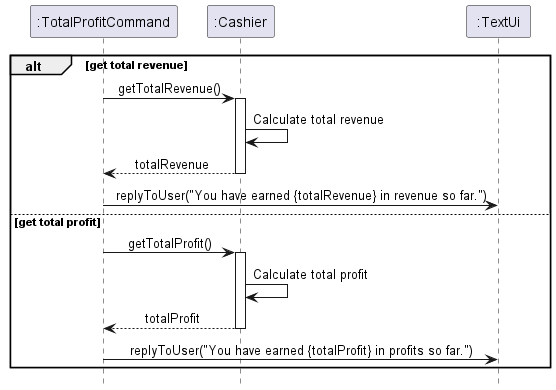
This is docs/Diagrams/Images/Cashier/TotalProfitCommand_SequenceDiagram.png from LowTL/tp, a PlantUML export, as it was before one commit.
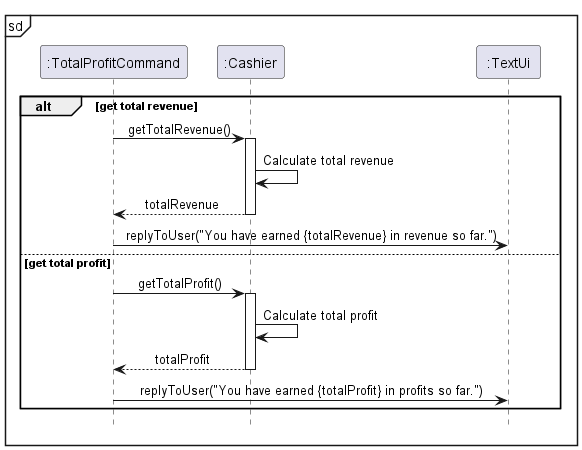
Above is the later version.

What changed in the source:
```diff
@@ -5,6 +5,8 @@
 participant ":Cashier" as Cashier
 participant ":TextUi" as TextUi
 
+
+mainframe sd
 alt get total revenue
     TotalProfitCommand -> Cashier: getTotalRevenue()
     activate Cashier
@@ -21,5 +23,4 @@
     TotalProfitCommand -> TextUi: replyToUser("You have earned {totalProfit} in profits so far.")
 end
 
-
 @enduml
```
